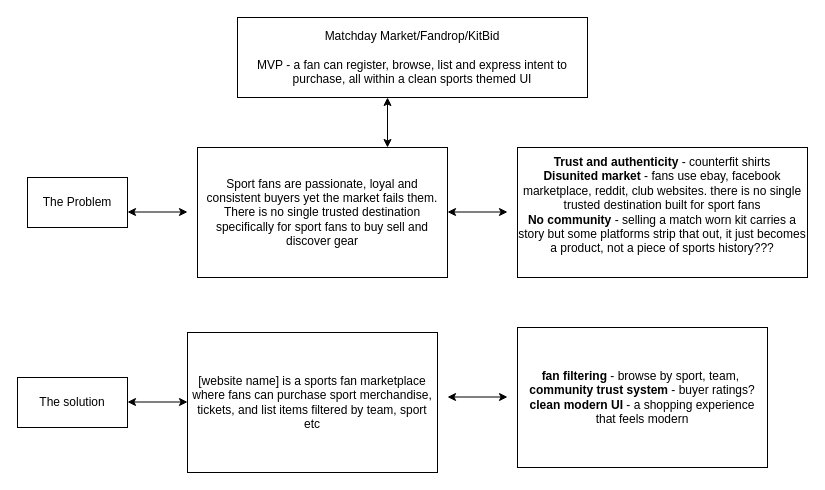
The draw.io diagram page "Page-1" (1 of 4) of planning.drawio in faikguler/Shop-for-Sports-fans, before the edit. Source tidied: cells renumbered, new cells numbered last; positions are measured from the earlier drawing's top-left corner, leaving out a move shared by most shapes. Both pictures are drawn from the tidied source at 100%, with x=0, y=0 at pixel (17, 17).
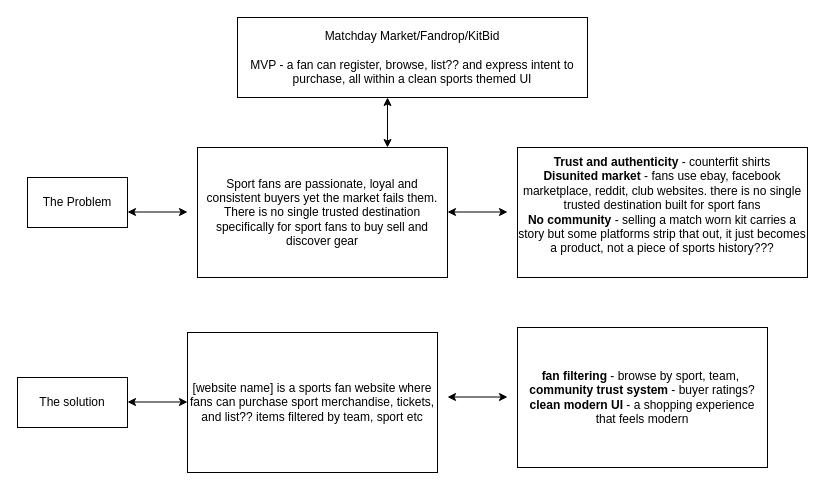
Above is the later version.

Diff of the diagram source:
```diff
@@
 <mxGraphModel>
   <root>
     <mxCell id="0" />
     <mxCell id="1" parent="0" />
-    <mxCell id="2" value="Matchday Market/Fandrop/KitBid&lt;div&gt;&lt;font color=&quot;#000000&quot;&gt;&lt;br&gt;&lt;/font&gt;&lt;div&gt;MVP - a fan can register, browse, list and express intent to purchase, all within a clean sports themed UI&lt;/div&gt;&lt;/div&gt;" style="rounded=0;whiteSpace=wrap;html=1;" parent="1" vertex="1">
+    <mxCell id="2" value="Matchday Market/Fandrop/KitBid&lt;div&gt;&lt;font color=&quot;#000000&quot;&gt;&lt;br&gt;&lt;/font&gt;&lt;div&gt;MVP - a fan can register, browse, list?? and express intent to purchase, all within a clean sports themed UI&lt;/div&gt;&lt;/div&gt;" style="rounded=0;whiteSpace=wrap;html=1;" parent="1" vertex="1">
       <mxGeometry x="220" width="350" height="80" as="geometry" />
     </mxCell>
     <mxCell id="3" value="The Problem" style="rounded=0;whiteSpace=wrap;html=1;" parent="1" vertex="1">
       <mxGeometry x="10" y="160" width="100" height="50" as="geometry" />
     </mxCell>
     <mxCell id="4" value="Sport fans are passionate, loyal and consistent buyers yet the market fails them. There is no single trusted destination specifically for sport fans to buy sell and discover gear" style="rounded=0;whiteSpace=wrap;html=1;" parent="1" vertex="1">
       <mxGeometry x="180" y="130" width="250" height="130" as="geometry" />
     </mxCell>
     <mxCell id="5" value="&lt;b&gt;Trust and authenticity&lt;/b&gt; - counterfit shirts&lt;div&gt;&lt;font color=&quot;#000000&quot;&gt;&lt;b&gt;Disunited market&lt;/b&gt; - fans use ebay, facebook marketplace, reddit, club websites. there is no single trusted destination built for sport fans&lt;/font&gt;&lt;/div&gt;&lt;div&gt;&lt;font color=&quot;#000000&quot;&gt;&lt;font color=&quot;#000000&quot;&gt;&lt;b&gt;No community&lt;/b&gt; - selling a match worn kit carries a story but some platforms strip that out, it just becomes a product, not a piece of sports history???&lt;br&gt;&lt;/font&gt;&lt;/font&gt;&lt;div&gt;&lt;br&gt;&lt;/div&gt;&lt;/div&gt;" style="rounded=0;whiteSpace=wrap;html=1;" parent="1" vertex="1">
       <mxGeometry x="500" y="130" width="290" height="130" as="geometry" />
     </mxCell>
     <mxCell id="6" value="The solution" style="rounded=0;whiteSpace=wrap;html=1;" parent="1" vertex="1">
       <mxGeometry y="360" width="110" height="50" as="geometry" />
     </mxCell>
-    <mxCell id="7" value="[website name] is a sports fan marketplace where fans can purchase sport merchandise, tickets, and list items filtered by team, sport etc" style="rounded=0;whiteSpace=wrap;html=1;" parent="1" vertex="1">
+    <mxCell id="7" value="[website name] is a sports fan website where fans can purchase sport merchandise, tickets, and list?? items filtered by team, sport etc" style="rounded=0;whiteSpace=wrap;html=1;" parent="1" vertex="1">
       <mxGeometry x="170" y="315" width="250" height="140" as="geometry" />
     </mxCell>
     <mxCell id="8" value="&lt;b&gt;fan filtering&lt;/b&gt; - browse by sport, team,&amp;nbsp;&lt;div&gt;&lt;b&gt;community trust system&lt;/b&gt; - buyer ratings?&lt;/div&gt;&lt;div&gt;&lt;b&gt;clean modern UI&lt;/b&gt; - a shopping experience that feels modern&lt;/div&gt;" style="rounded=0;whiteSpace=wrap;html=1;" parent="1" vertex="1">
       <mxGeometry x="500" y="310" width="250" height="140" as="geometry" />
     </mxCell>
     <mxCell id="9" style="endArrow=classic;startArrow=classic;html=1;" parent="1" edge="1">
       <mxGeometry relative="1" as="geometry">
         <mxPoint x="110" y="194.5" as="sourcePoint" />
         <mxPoint x="170" y="194.5" as="targetPoint" />
       </mxGeometry>
     </mxCell>
     <mxCell id="10" style="endArrow=classic;startArrow=classic;html=1;" parent="1" edge="1">
       <mxGeometry relative="1" as="geometry">
         <mxPoint x="430" y="194.5" as="sourcePoint" />
         <mxPoint x="490" y="194.5" as="targetPoint" />
       </mxGeometry>
     </mxCell>
     <mxCell id="11" style="endArrow=classic;startArrow=classic;html=1;" parent="1" edge="1">
       <mxGeometry relative="1" as="geometry">
         <mxPoint x="110" y="384.5" as="sourcePoint" />
         <mxPoint x="170" y="384.5" as="targetPoint" />
       </mxGeometry>
     </mxCell>
     <mxCell id="12" style="endArrow=classic;startArrow=classic;html=1;" parent="1" edge="1">
       <mxGeometry relative="1" as="geometry">
         <mxPoint x="430" y="379.5" as="sourcePoint" />
         <mxPoint x="490" y="379.5" as="targetPoint" />
       </mxGeometry>
     </mxCell>
     <mxCell id="13" style="endArrow=classic;startArrow=classic;html=1;" parent="1" edge="1">
       <mxGeometry relative="1" as="geometry">
         <mxPoint x="370" y="80" as="sourcePoint" />
         <mxPoint x="370" y="130" as="targetPoint" />
       </mxGeometry>
     </mxCell>
   </root>
 </mxGraphModel>
```
